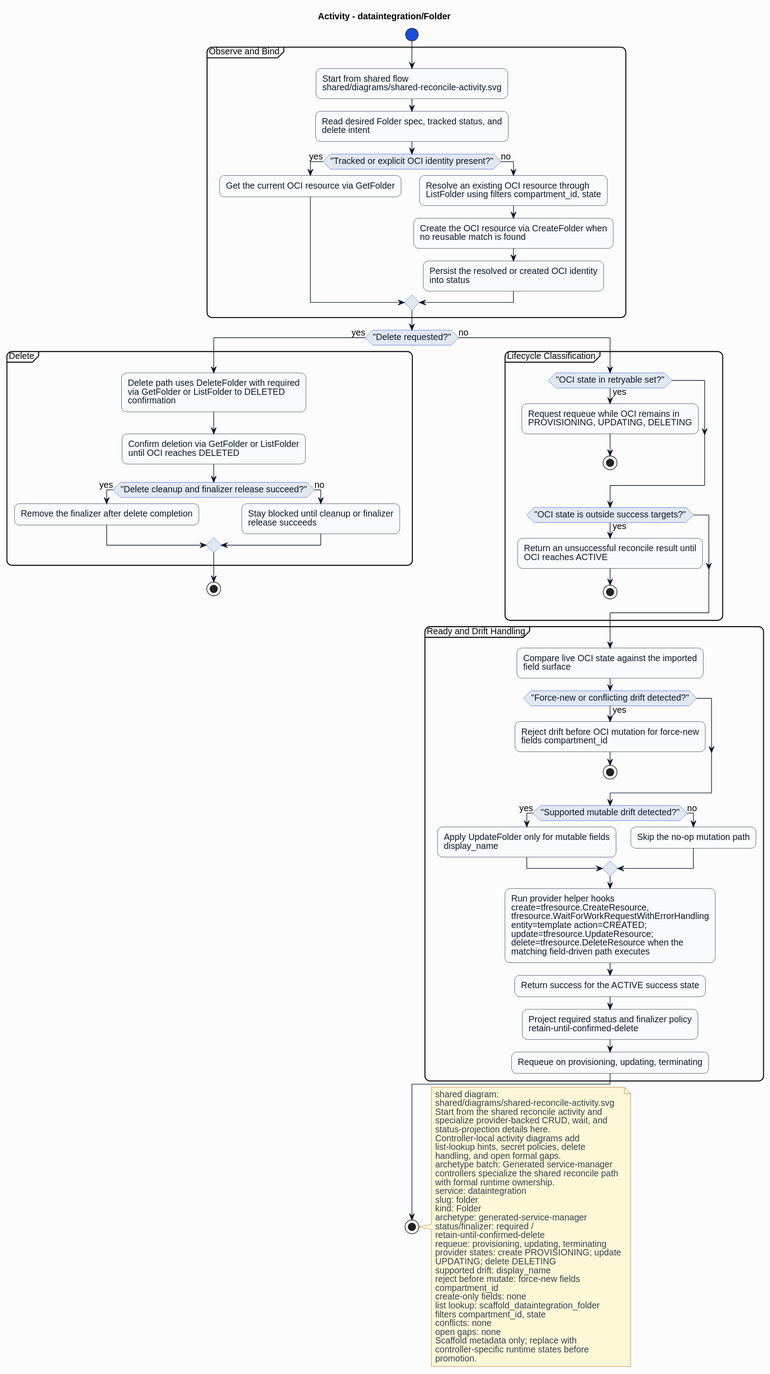
Earlier version of the PlantUML export formal/controllers/dataintegration/folder/diagrams/activity.svg (HaoyL666/oci-service-operator). Its diagram source:
```plantuml
@startuml
skinparam shadowing false
skinparam backgroundColor #fcfcfd
skinparam defaultFontName Helvetica
skinparam defaultFontSize 14
skinparam arrowColor #0f172a
skinparam noteBackgroundColor #fff7d6
skinparam noteBorderColor #b45309
skinparam noteFontColor #334155
skinparam roundcorner 16
title Activity - dataintegration/Folder
skinparam activity {
  backgroundColor #f8fafc
  borderColor #0f172a
  fontColor #0f172a
  diamondBackgroundColor #e2e8f0
  diamondBorderColor #1d4ed8
  diamondFontColor #0f172a
  startColor #1d4ed8
  endColor #0f172a
  barColor #1d4ed8
}
start
partition "Observe and Bind" {
:Start from shared flow\nshared/diagrams/shared-reconcile-activity.svg;
:Read desired Folder spec, tracked status, and\ndelete intent;
if ("Tracked or explicit OCI identity present?") then (yes)
:Get the current OCI resource via GetFolder;
else (no)
:Resolve an existing OCI resource through\nListFolder using filters compartment_id, state;
:Create the OCI resource via CreateFolder when\nno reusable match is found;
:Persist the resolved or created OCI identity\ninto status;
endif
}
if ("Delete requested?") then (yes)
partition "Delete" {
:Delete path uses DeleteFolder with required\nvia GetFolder or ListFolder to DELETED\nconfirmation;
:Confirm deletion via GetFolder or ListFolder\nuntil OCI reaches DELETED;
if ("Delete cleanup and finalizer release succeed?") then (yes)
:Remove the finalizer after delete completion;
else (no)
:Stay blocked until cleanup or finalizer\nrelease succeeds;
endif
}
stop
else (no)
partition "Lifecycle Classification" {
if ("OCI state in retryable set?") then (yes)
:Request requeue while OCI remains in\nPROVISIONING, UPDATING, DELETING;
stop
endif
if ("OCI state is outside success targets?") then (yes)
:Return an unsuccessful reconcile result until\nOCI reaches ACTIVE;
stop
endif
}
partition "Ready and Drift Handling" {
:Compare live OCI state against the imported\nfield surface;
if ("Force-new or conflicting drift detected?") then (yes)
:Reject drift before OCI mutation for force-new\nfields compartment_id;
stop
endif
if ("Supported mutable drift detected?") then (yes)
:Apply UpdateFolder only for mutable fields\ndisplay_name;
else (no)
:Skip the no-op mutation path;
endif
:Run provider helper hooks\ncreate=tfresource.CreateResource,\ntfresource.WaitForWorkRequestWithErrorHandling\nentity=template action=CREATED;\nupdate=tfresource.UpdateResource;\ndelete=tfresource.DeleteResource when the\nmatching field-driven path executes;
:Return success for the ACTIVE success state;
:Project required status and finalizer policy\nretain-until-confirmed-delete;
:Requeue on provisioning, updating, terminating;
}
endif
stop
note right
shared diagram:
shared/diagrams/shared-reconcile-activity.svg
Start from the shared reconcile activity and
specialize provider-backed CRUD, wait, and
status-projection details here.
Controller-local activity diagrams add
list-lookup hints, secret policies, delete
handling, and open formal gaps.
archetype batch: Generated service-manager
controllers specialize the shared reconcile path
with formal runtime ownership.
service: dataintegration
slug: folder
kind: Folder
archetype: generated-service-manager
status/finalizer: required /
retain-until-confirmed-delete
requeue: provisioning, updating, terminating
provider states: create PROVISIONING; update
UPDATING; delete DELETING
supported drift: display_name
reject before mutate: force-new fields
compartment_id
create-only fields: none
list lookup: scaffold_dataintegration_folder
filters compartment_id, state
conflicts: none
open gaps: none
Scaffold metadata only; replace with
controller-specific runtime states before
promotion.
end note
@enduml
```
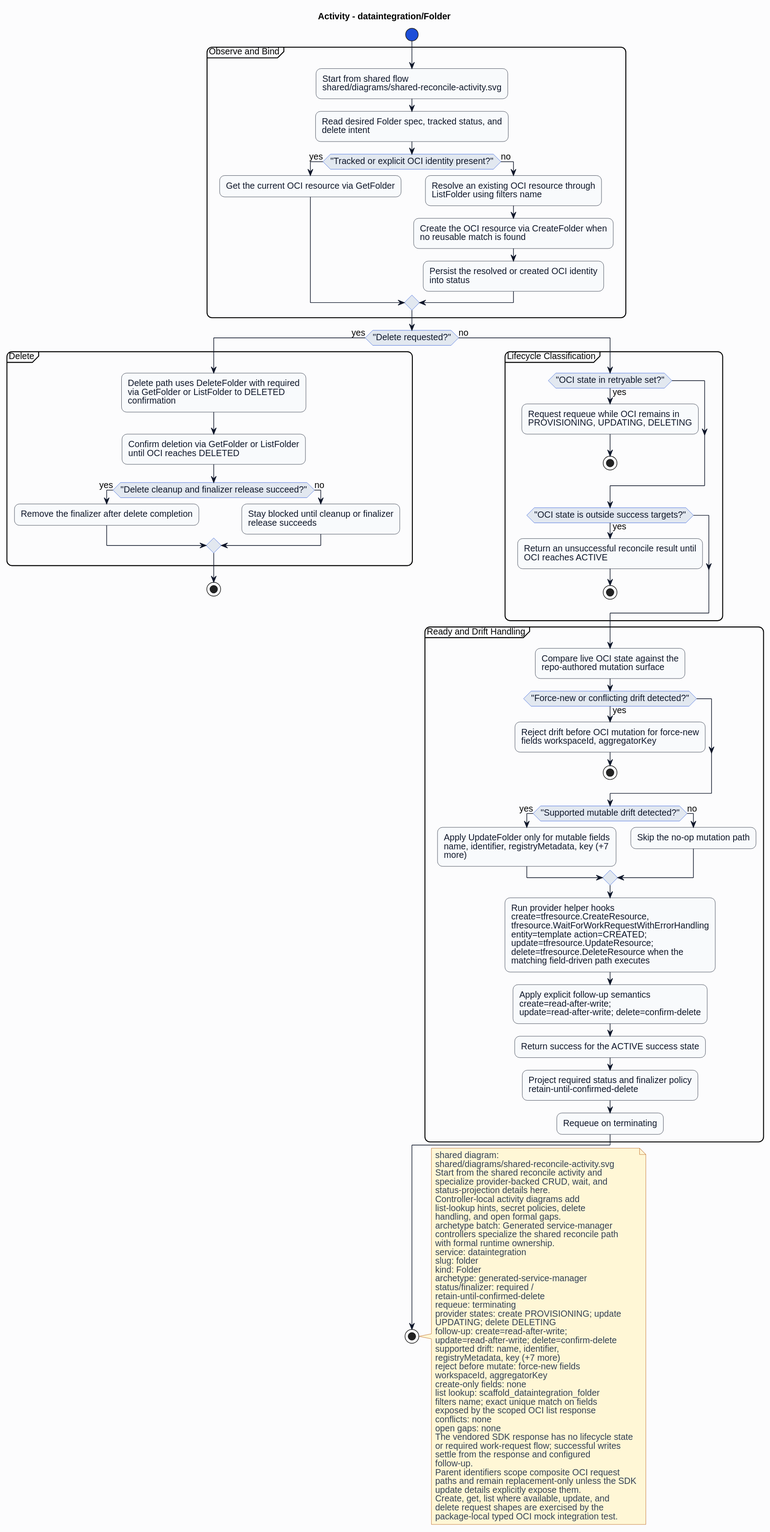
The same diagram one commit later.

Diff of the diagram source:
```diff
@@ -27,7 +27,7 @@
 if ("Tracked or explicit OCI identity present?") then (yes)
 :Get the current OCI resource via GetFolder;
 else (no)
-:Resolve an existing OCI resource through\nListFolder using filters compartment_id, state;
+:Resolve an existing OCI resource through\nListFolder using filters name;
 :Create the OCI resource via CreateFolder when\nno reusable match is found;
 :Persist the resolved or created OCI identity\ninto status;
 endif
@@ -55,20 +55,21 @@
 endif
 }
 partition "Ready and Drift Handling" {
-:Compare live OCI state against the imported\nfield surface;
+:Compare live OCI state against the\nrepo-authored mutation surface;
 if ("Force-new or conflicting drift detected?") then (yes)
-:Reject drift before OCI mutation for force-new\nfields compartment_id;
+:Reject drift before OCI mutation for force-new\nfields workspaceId, aggregatorKey;
 stop
 endif
 if ("Supported mutable drift detected?") then (yes)
-:Apply UpdateFolder only for mutable fields\ndisplay_name;
+:Apply UpdateFolder only for mutable fields\nname, identifier, registryMetadata, key (+7\nmore);
 else (no)
 :Skip the no-op mutation path;
 endif
 :Run provider helper hooks\ncreate=tfresource.CreateResource,\ntfresource.WaitForWorkRequestWithErrorHandling\nentity=template action=CREATED;\nupdate=tfresource.UpdateResource;\ndelete=tfresource.DeleteResource when the\nmatching field-driven path executes;
+:Apply explicit follow-up semantics\ncreate=read-after-write;\nupdate=read-after-write; delete=confirm-delete;
 :Return success for the ACTIVE success state;
 :Project required status and finalizer policy\nretain-until-confirmed-delete;
-:Requeue on provisioning, updating, terminating;
+:Requeue on terminating;
 }
 endif
 stop
@@ -90,19 +91,30 @@
 archetype: generated-service-manager
 status/finalizer: required /
 retain-until-confirmed-delete
-requeue: provisioning, updating, terminating
+requeue: terminating
 provider states: create PROVISIONING; update
 UPDATING; delete DELETING
-supported drift: display_name
+follow-up: create=read-after-write;
+update=read-after-write; delete=confirm-delete
+supported drift: name, identifier,
+registryMetadata, key (+7 more)
 reject before mutate: force-new fields
-compartment_id
+workspaceId, aggregatorKey
 create-only fields: none
 list lookup: scaffold_dataintegration_folder
-filters compartment_id, state
+filters name; exact unique match on fields
+exposed by the scoped OCI list response
 conflicts: none
 open gaps: none
-Scaffold metadata only; replace with
-controller-specific runtime states before
-promotion.
+The vendored SDK response has no lifecycle state
+or required work-request flow; successful writes
+settle from the response and configured
+follow-up.
+Parent identifiers scope composite OCI request
+paths and remain replacement-only unless the SDK
+update details explicitly expose them.
+Create, get, list where available, update, and
+delete request shapes are exercised by the
+package-local typed OCI mock integration test.
 end note
 @enduml
```
